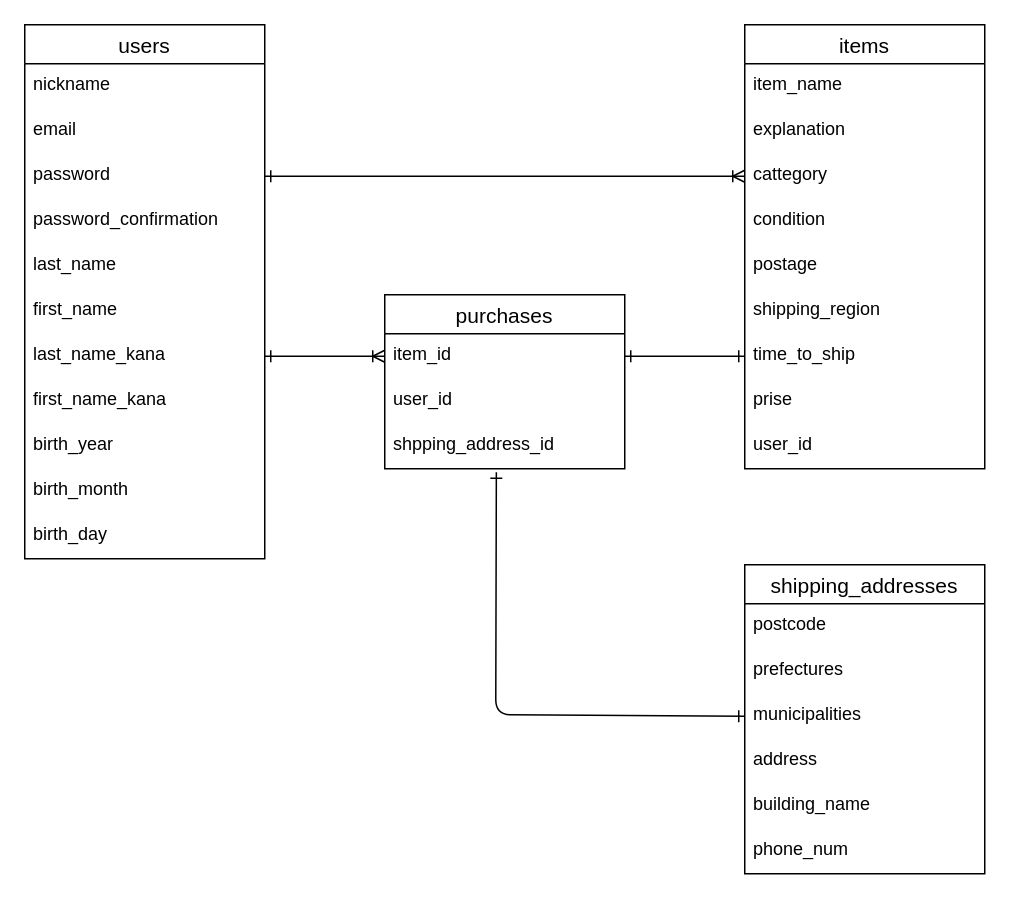
The draw.io diagram furima.dio in takaaki-k/furima-38906, before the edit. Source tidied: cells renumbered, new cells numbered last; positions are measured from the earlier drawing's top-left corner, leaving out a move shared by most shapes. Both pictures are drawn from the tidied source at 150%, with x=0, y=0 at pixel (24, 24).
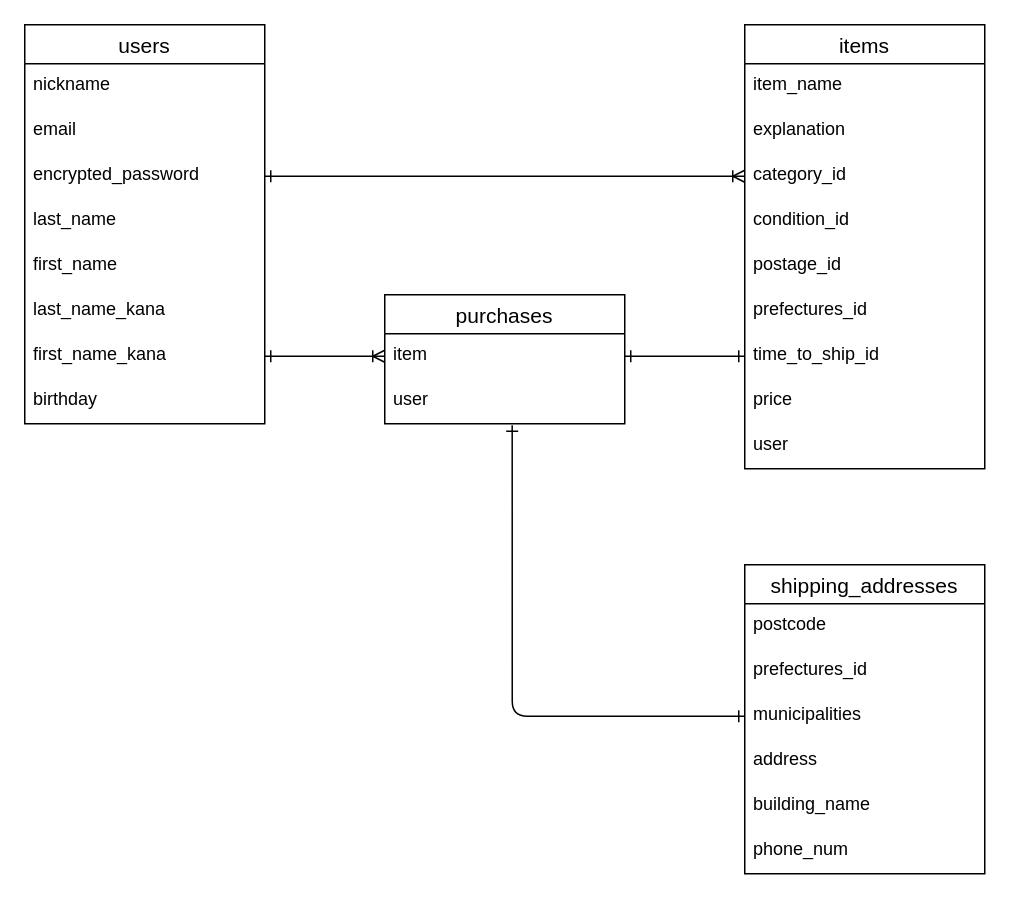
Above is the later version.

Commit message (it also covers changes not shown here):
テーブル設計_修正1

The change refers to these unchanged cells:
```xml
<mxCell id="18" value="items" style="swimlane;fontStyle=0;horizontal=1;startSize=26;align=center;fontSize=14;" parent="1" vertex="1">
  <mxGeometry x="480" width="160" height="296" as="geometry" />
</mxCell>
<mxCell id="28" value="shipping_addresses" style="swimlane;fontStyle=0;horizontal=1;startSize=26;align=center;fontSize=14;" parent="1" vertex="1">
  <mxGeometry x="480" y="360" width="160" height="206" as="geometry" />
</mxCell>
<mxCell id="31" value="municipalities" style="text;strokeColor=none;fillColor=none;spacingLeft=4;spacingRight=4;overflow=hidden;points=[[0,0.5],[1,0.5]];portConstraint=eastwest;fontSize=12;" parent="28" vertex="1">
  <mxGeometry y="86" width="160" height="30" as="geometry" />
</mxCell>
```

The edit, as a diff of the source:
```diff
@@
     <mxCell id="2" value="purchases" style="swimlane;fontStyle=0;horizontal=1;startSize=26;align=center;fontSize=14;" parent="1" vertex="1">
-      <mxGeometry x="240" y="180" width="160" height="116" as="geometry" />
+      <mxGeometry x="240" y="180" width="160" height="86" as="geometry" />
     </mxCell>
-    <mxCell id="3" value="item_id" style="text;strokeColor=none;fillColor=none;spacingLeft=4;spacingRight=4;overflow=hidden;points=[[0,0.5],[1,0.5]];portConstraint=eastwest;fontSize=12;" parent="2" vertex="1">
+    <mxCell id="3" value="item" style="text;strokeColor=none;fillColor=none;spacingLeft=4;spacingRight=4;overflow=hidden;points=[[0,0.5],[1,0.5]];portConstraint=eastwest;fontSize=12;" parent="2" vertex="1">
       <mxGeometry y="26" width="160" height="30" as="geometry" />
     </mxCell>
-    <mxCell id="4" value="user_id" style="text;strokeColor=none;fillColor=none;spacingLeft=4;spacingRight=4;overflow=hidden;points=[[0,0.5],[1,0.5]];portConstraint=eastwest;fontSize=12;" parent="2" vertex="1">
+    <mxCell id="4" value="user" style="text;strokeColor=none;fillColor=none;spacingLeft=4;spacingRight=4;overflow=hidden;points=[[0,0.5],[1,0.5]];portConstraint=eastwest;fontSize=12;" parent="2" vertex="1">
       <mxGeometry y="56" width="160" height="30" as="geometry" />
     </mxCell>
-    <mxCell id="5" value="shpping_address_id" style="text;strokeColor=none;fillColor=none;spacingLeft=4;spacingRight=4;overflow=hidden;points=[[0,0.5],[1,0.5]];portConstraint=eastwest;fontSize=12;" parent="2" vertex="1">
-      <mxGeometry y="86" width="160" height="30" as="geometry" />
-    </mxCell>
     <mxCell id="6" value="users" style="swimlane;fontStyle=0;horizontal=1;startSize=26;align=center;fontSize=14;" parent="1" vertex="1">
-      <mxGeometry width="160" height="356" as="geometry" />
+      <mxGeometry width="160" height="266" as="geometry" />
     </mxCell>
@@
-    <mxCell id="9" value="password" style="text;strokeColor=none;fillColor=none;spacingLeft=4;spacingRight=4;overflow=hidden;points=[[0,0.5],[1,0.5]];portConstraint=eastwest;fontSize=12;" parent="6" vertex="1">
+    <mxCell id="9" value="encrypted_password" style="text;strokeColor=none;fillColor=none;spacingLeft=4;spacingRight=4;overflow=hidden;points=[[0,0.5],[1,0.5]];portConstraint=eastwest;fontSize=12;" parent="6" vertex="1">
       <mxGeometry y="86" width="160" height="30" as="geometry" />
     </mxCell>
-    <mxCell id="10" value="password_confirmation" style="text;strokeColor=none;fillColor=none;spacingLeft=4;spacingRight=4;overflow=hidden;fontSize=12;" parent="6" vertex="1">
-      <mxGeometry y="116" width="160" height="30" as="geometry" />
-    </mxCell>
     <mxCell id="11" value="last_name" style="text;strokeColor=none;fillColor=none;spacingLeft=4;spacingRight=4;overflow=hidden;fontSize=12;" parent="6" vertex="1">
-      <mxGeometry y="146" width="160" height="30" as="geometry" />
+      <mxGeometry y="116" width="160" height="30" as="geometry" />
     </mxCell>
     <mxCell id="12" value="first_name" style="text;strokeColor=none;fillColor=none;spacingLeft=4;spacingRight=4;overflow=hidden;fontSize=12;" parent="6" vertex="1">
-      <mxGeometry y="176" width="160" height="30" as="geometry" />
+      <mxGeometry y="146" width="160" height="30" as="geometry" />
     </mxCell>
     <mxCell id="13" value="last_name_kana" style="text;strokeColor=none;fillColor=none;spacingLeft=4;spacingRight=4;overflow=hidden;points=[[0,0.5],[1,0.5]];portConstraint=eastwest;fontSize=12;" parent="6" vertex="1">
-      <mxGeometry y="206" width="160" height="30" as="geometry" />
+      <mxGeometry y="176" width="160" height="30" as="geometry" />
     </mxCell>
     <mxCell id="14" value="first_name_kana" style="text;strokeColor=none;fillColor=none;spacingLeft=4;spacingRight=4;overflow=hidden;points=[[0,0.5],[1,0.5]];portConstraint=eastwest;fontSize=12;" parent="6" vertex="1">
-      <mxGeometry y="236" width="160" height="30" as="geometry" />
+      <mxGeometry y="206" width="160" height="30" as="geometry" />
     </mxCell>
-    <mxCell id="15" value="birth_year" style="text;strokeColor=none;fillColor=none;spacingLeft=4;spacingRight=4;overflow=hidden;fontSize=12;" parent="6" vertex="1">
-      <mxGeometry y="266" width="160" height="30" as="geometry" />
+    <mxCell id="15" value="birthday" style="text;strokeColor=none;fillColor=none;spacingLeft=4;spacingRight=4;overflow=hidden;fontSize=12;" parent="6" vertex="1">
+      <mxGeometry y="236" width="160" height="30" as="geometry" />
     </mxCell>
-    <mxCell id="16" value="birth_month" style="text;strokeColor=none;fillColor=none;spacingLeft=4;spacingRight=4;overflow=hidden;fontSize=12;" parent="6" vertex="1">
-      <mxGeometry y="296" width="160" height="30" as="geometry" />
-    </mxCell>
-    <mxCell id="17" value="birth_day" style="text;strokeColor=none;fillColor=none;spacingLeft=4;spacingRight=4;overflow=hidden;fontSize=12;" parent="6" vertex="1">
-      <mxGeometry y="326" width="160" height="30" as="geometry" />
-    </mxCell>
@@
-    <mxCell id="21" value="cattegory" style="text;strokeColor=none;fillColor=none;spacingLeft=4;spacingRight=4;overflow=hidden;points=[[0,0.5],[1,0.5]];portConstraint=eastwest;fontSize=12;" parent="18" vertex="1">
+    <mxCell id="21" value="category_id" style="text;strokeColor=none;fillColor=none;spacingLeft=4;spacingRight=4;overflow=hidden;points=[[0,0.5],[1,0.5]];portConstraint=eastwest;fontSize=12;" parent="18" vertex="1">
       <mxGeometry y="86" width="160" height="30" as="geometry" />
     </mxCell>
-    <mxCell id="22" value="condition" style="text;strokeColor=none;fillColor=none;spacingLeft=4;spacingRight=4;overflow=hidden;fontSize=12;" parent="18" vertex="1">
+    <mxCell id="22" value="condition_id" style="text;strokeColor=none;fillColor=none;spacingLeft=4;spacingRight=4;overflow=hidden;fontSize=12;" parent="18" vertex="1">
       <mxGeometry y="116" width="160" height="30" as="geometry" />
     </mxCell>
-    <mxCell id="23" value="postage" style="text;strokeColor=none;fillColor=none;spacingLeft=4;spacingRight=4;overflow=hidden;fontSize=12;" parent="18" vertex="1">
+    <mxCell id="23" value="postage_id" style="text;strokeColor=none;fillColor=none;spacingLeft=4;spacingRight=4;overflow=hidden;fontSize=12;" parent="18" vertex="1">
       <mxGeometry y="146" width="160" height="30" as="geometry" />
     </mxCell>
-    <mxCell id="24" value="shipping_region" style="text;strokeColor=none;fillColor=none;spacingLeft=4;spacingRight=4;overflow=hidden;fontSize=12;" parent="18" vertex="1">
+    <mxCell id="24" value="prefectures_id" style="text;strokeColor=none;fillColor=none;spacingLeft=4;spacingRight=4;overflow=hidden;fontSize=12;" parent="18" vertex="1">
       <mxGeometry y="176" width="160" height="30" as="geometry" />
     </mxCell>
-    <mxCell id="25" value="time_to_ship" style="text;strokeColor=none;fillColor=none;spacingLeft=4;spacingRight=4;overflow=hidden;points=[[0,0.5],[1,0.5]];portConstraint=eastwest;fontSize=12;" parent="18" vertex="1">
+    <mxCell id="25" value="time_to_ship_id" style="text;strokeColor=none;fillColor=none;spacingLeft=4;spacingRight=4;overflow=hidden;points=[[0,0.5],[1,0.5]];portConstraint=eastwest;fontSize=12;" parent="18" vertex="1">
       <mxGeometry y="206" width="160" height="30" as="geometry" />
     </mxCell>
-    <mxCell id="26" value="prise" style="text;strokeColor=none;fillColor=none;spacingLeft=4;spacingRight=4;overflow=hidden;fontSize=12;" parent="18" vertex="1">
+    <mxCell id="26" value="price" style="text;strokeColor=none;fillColor=none;spacingLeft=4;spacingRight=4;overflow=hidden;fontSize=12;" parent="18" vertex="1">
       <mxGeometry y="236" width="160" height="30" as="geometry" />
     </mxCell>
-    <mxCell id="27" value="user_id" style="text;strokeColor=none;fillColor=none;spacingLeft=4;spacingRight=4;overflow=hidden;fontSize=12;" parent="18" vertex="1">
+    <mxCell id="27" value="user" style="text;strokeColor=none;fillColor=none;spacingLeft=4;spacingRight=4;overflow=hidden;fontSize=12;" parent="18" vertex="1">
       <mxGeometry y="266" width="160" height="30" as="geometry" />
     </mxCell>
@@
-    <mxCell id="30" value="prefectures" style="text;strokeColor=none;fillColor=none;spacingLeft=4;spacingRight=4;overflow=hidden;fontSize=12;" parent="28" vertex="1">
+    <mxCell id="30" value="prefectures_id" style="text;strokeColor=none;fillColor=none;spacingLeft=4;spacingRight=4;overflow=hidden;fontSize=12;" parent="28" vertex="1">
       <mxGeometry y="56" width="160" height="30" as="geometry" />
     </mxCell>
@@
-    <mxCell id="37" style="edgeStyle=none;html=1;exitX=0;exitY=0.5;exitDx=0;exitDy=0;entryX=1;entryY=0.5;entryDx=0;entryDy=0;startArrow=ERoneToMany;startFill=0;endArrow=ERone;endFill=0;" parent="1" edge="1" source="3" target="13">
+    <mxCell id="37" style="edgeStyle=none;html=1;exitX=0;exitY=0.5;exitDx=0;exitDy=0;entryX=1;entryY=0.5;entryDx=0;entryDy=0;startArrow=ERoneToMany;startFill=0;endArrow=ERone;endFill=0;" parent="1" edge="1" source="3" target="14">
       <mxGeometry relative="1" as="geometry" />
     </mxCell>
-    <mxCell id="38" style="edgeStyle=none;html=1;exitX=0;exitY=0.5;exitDx=0;exitDy=0;entryX=0.465;entryY=1.08;entryDx=0;entryDy=0;entryPerimeter=0;startArrow=ERone;startFill=0;endArrow=ERone;endFill=0;" parent="1" edge="1" source="31" target="5">
+    <mxCell id="38" style="edgeStyle=none;html=1;exitX=0;exitY=0.5;exitDx=0;exitDy=0;entryX=0.531;entryY=1.033;entryDx=0;entryDy=0;entryPerimeter=0;startArrow=ERone;startFill=0;endArrow=ERone;endFill=0;" parent="1" edge="1" source="31" target="4">
       <mxGeometry relative="1" as="geometry">
         <Array as="points">
-          <mxPoint x="314" y="460" />
+          <mxPoint x="325" y="461" />
         </Array>
       </mxGeometry>
     </mxCell>
```
